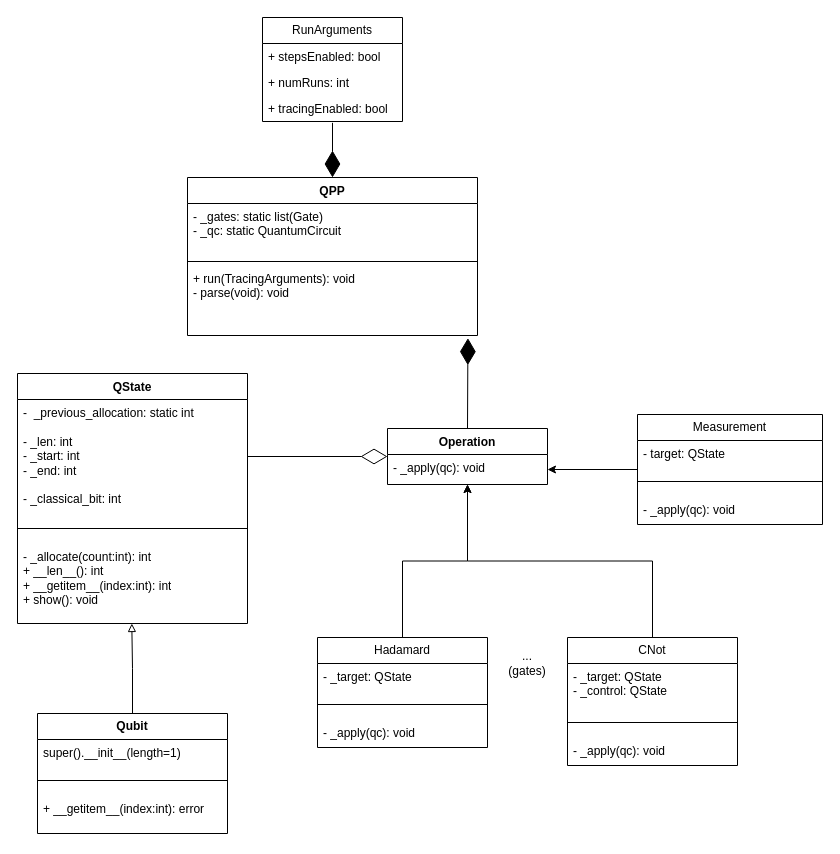
Before: uml.drawio in LejoLevan/qleap, a draw.io diagram. Source tidied: cells renumbered, new cells numbered last; positions are measured from the earlier drawing's top-left corner, leaving out a move shared by most shapes. Both pictures are drawn from the tidied source at 100%, with x=0, y=0 at pixel (17, 17).
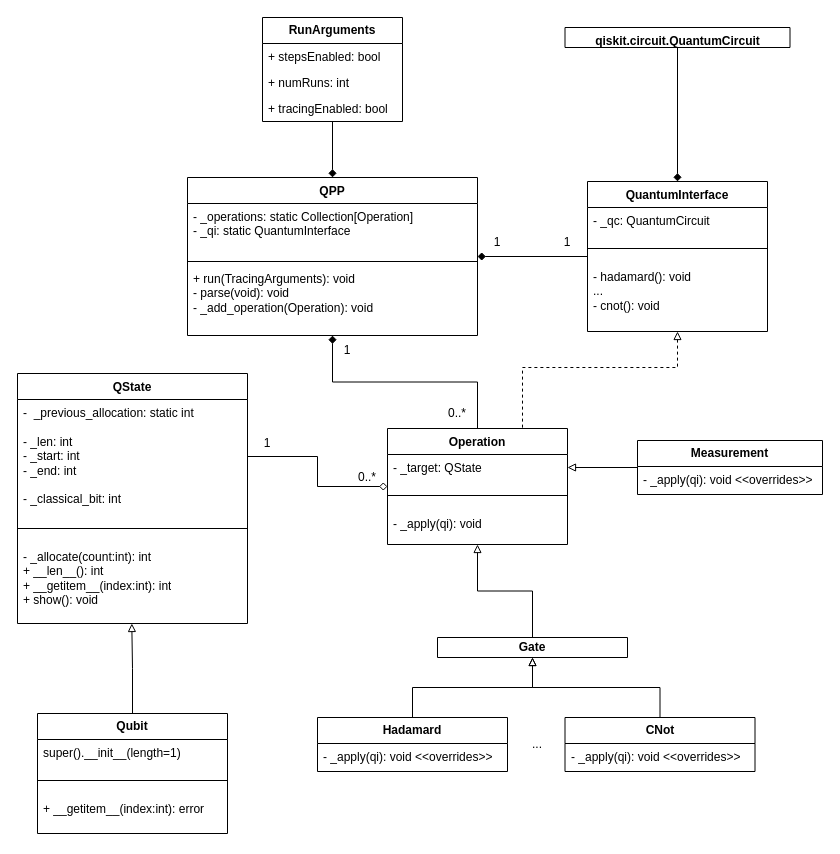
After the change.

Commit message (it also covers changes not shown here):
refer to UML for new implementations

Unchanged cells that the change refers to:
```xml
<mxCell id="3" value="-&amp;nbsp; _previous_allocation: static int&lt;div&gt;&lt;br&gt;&lt;/div&gt;&lt;div&gt;- _len: int&lt;div&gt;- _start: int&lt;/div&gt;&lt;/div&gt;&lt;div&gt;- _end: int&lt;/div&gt;&lt;div&gt;&lt;br&gt;&lt;/div&gt;&lt;div&gt;- _classical_bit: int&lt;/div&gt;" style="text;strokeColor=none;fillColor=none;align=left;verticalAlign=top;spacingLeft=4;spacingRight=4;overflow=hidden;points=[[0,0.5],[1,0.5]];portConstraint=eastwest;whiteSpace=wrap;html=1;" parent="2" vertex="1">
  <mxGeometry y="26" width="230" height="114" as="geometry" />
</mxCell>
<mxCell id="14" value="QPP" style="swimlane;fontStyle=1;align=center;verticalAlign=top;horizontal=1;startSize=26;whiteSpace=wrap;html=1;" parent="1" vertex="1">
  <mxGeometry x="170" y="160" width="290" height="158" as="geometry" />
</mxCell>
<mxCell id="33" value="+ tracingEnabled: bool" style="text;strokeColor=none;fillColor=none;align=left;verticalAlign=top;spacingLeft=4;spacingRight=4;overflow=hidden;points=[[0,0.5],[1,0.5]];portConstraint=eastwest;whiteSpace=wrap;html=1;" parent="30" vertex="1">
  <mxGeometry y="78" width="140" height="26" as="geometry" />
</mxCell>
```

What changed in the source:
```diff
@@
+    <mxCell id="40" style="edgeStyle=orthogonalEdgeStyle;rounded=0;jettySize=auto;html=1;entryX=0.5;entryY=0;entryDx=0;entryDy=0;startArrow=block;startFill=0;endArrow=none;endFill=0;" parent="1" edge="1" source="6" target="54">
+      <mxGeometry relative="1" as="geometry" />
+    </mxCell>
     <mxCell id="6" value="Operation" style="swimlane;fontStyle=1;align=center;verticalAlign=top;horizontal=1;startSize=26;whiteSpace=wrap;html=1;" parent="1" vertex="1">
-      <mxGeometry x="370" y="411" width="160" height="56" as="geometry" />
+      <mxGeometry x="370" y="411" width="180" height="116" as="geometry" />
     </mxCell>
+    <mxCell id="21" value="- _target: QState" style="text;strokeColor=none;fillColor=none;align=left;verticalAlign=top;spacingLeft=4;spacingRight=4;overflow=hidden;points=[[0,0.5],[1,0.5]];portConstraint=eastwest;whiteSpace=wrap;html=1;" parent="6" vertex="1">
+      <mxGeometry y="26" width="180" height="26" as="geometry" />
+    </mxCell>
+    <mxCell id="41" style="line;strokeWidth=1;fillColor=none;align=left;verticalAlign=middle;spacingTop=-1;spacingLeft=3;spacingRight=3;labelPosition=right;strokeColor=inherit;" parent="6" vertex="1">
+      <mxGeometry y="52" width="180" height="30" as="geometry" />
+    </mxCell>
-    <mxCell id="7" value="- _apply(qc): void" style="text;strokeColor=none;fillColor=none;align=left;verticalAlign=top;spacingLeft=4;spacingRight=4;overflow=hidden;points=[[0,0.5],[1,0.5]];portConstraint=eastwest;whiteSpace=wrap;html=1;" parent="6" vertex="1">
-      <mxGeometry y="26" width="160" height="30" as="geometry" />
+    <mxCell id="7" value="- _apply(qi): void" style="text;strokeColor=none;fillColor=none;align=left;verticalAlign=top;spacingLeft=4;spacingRight=4;overflow=hidden;points=[[0,0.5],[1,0.5]];portConstraint=eastwest;whiteSpace=wrap;html=1;" parent="6" vertex="1">
+      <mxGeometry y="82" width="180" height="34" as="geometry" />
     </mxCell>
@@
-    <mxCell id="13" style="endArrow=diamondThin;endFill=0;endSize=24;html=1;rounded=0;exitX=1;exitY=0.5;exitDx=0;exitDy=0;entryX=0;entryY=0.5;entryDx=0;entryDy=0;" parent="1" edge="1" source="3" target="6">
-      <mxGeometry relative="1" as="geometry" />
-    </mxCell>
+    <mxCell id="42" style="edgeStyle=orthogonalEdgeStyle;rounded=0;jettySize=auto;html=1;entryX=0.5;entryY=0;entryDx=0;entryDy=0;endArrow=none;endFill=0;startArrow=diamond;startFill=1;" parent="1" edge="1" source="14" target="6">
+      <mxGeometry relative="1" as="geometry" />
+    </mxCell>
+    <mxCell id="43" style="edgeStyle=orthogonalEdgeStyle;rounded=0;jettySize=auto;html=1;entryX=0;entryY=0.5;entryDx=0;entryDy=0;startArrow=diamond;startFill=1;endArrow=none;endFill=0;" parent="1" edge="1" source="14" target="46">
+      <mxGeometry relative="1" as="geometry" />
+    </mxCell>
@@
-    <mxCell id="15" value="- _gates: static list(Gate)&lt;div&gt;- _qc: static QuantumCircuit&lt;/div&gt;" style="text;strokeColor=none;fillColor=none;align=left;verticalAlign=top;spacingLeft=4;spacingRight=4;overflow=hidden;whiteSpace=wrap;html=1;" parent="14" vertex="1">
+    <mxCell id="15" value="- _operations: static Collection[Operation]&lt;div&gt;- _qi: static QuantumInterface&lt;/div&gt;" style="text;strokeColor=none;fillColor=none;align=left;verticalAlign=top;spacingLeft=4;spacingRight=4;overflow=hidden;whiteSpace=wrap;html=1;" parent="14" vertex="1">
       <mxGeometry y="26" width="290" height="54" as="geometry" />
     </mxCell>
@@
-    <mxCell id="17" value="+ run(TracingArguments): void&lt;div&gt;- parse(void): void&lt;/div&gt;" style="text;strokeColor=none;fillColor=none;align=left;verticalAlign=top;spacingLeft=4;spacingRight=4;overflow=hidden;points=[[0,0.5],[1,0.5]];portConstraint=eastwest;whiteSpace=wrap;html=1;" parent="14" vertex="1">
+    <mxCell id="17" value="+ run(TracingArguments): void&lt;div&gt;- parse(void): void&lt;/div&gt;&lt;div&gt;-&amp;nbsp;_add_operation(Operation): void&lt;/div&gt;" style="text;strokeColor=none;fillColor=none;align=left;verticalAlign=top;spacingLeft=4;spacingRight=4;overflow=hidden;points=[[0,0.5],[1,0.5]];portConstraint=eastwest;whiteSpace=wrap;html=1;" parent="14" vertex="1">
       <mxGeometry y="88" width="290" height="70" as="geometry" />
     </mxCell>
-    <mxCell id="18" style="endArrow=diamondThin;endFill=1;endSize=24;html=1;rounded=0;exitX=0.5;exitY=0;exitDx=0;exitDy=0;entryX=0.967;entryY=1.038;entryDx=0;entryDy=0;entryPerimeter=0;" parent="1" edge="1" source="6" target="17">
-      <mxGeometry relative="1" as="geometry" />
-    </mxCell>
-    <mxCell id="19" style="edgeStyle=orthogonalEdgeStyle;rounded=0;jettySize=auto;html=1;" parent="1" edge="1" source="20" target="6">
-      <mxGeometry relative="1" as="geometry" />
-    </mxCell>
-    <mxCell id="20" value="Hadamard" style="swimlane;fontStyle=0;horizontal=1;startSize=26;fillColor=none;whiteSpace=wrap;html=1;" parent="1" vertex="1">
-      <mxGeometry x="300" y="620" width="170" height="110" as="geometry" />
-    </mxCell>
-    <mxCell id="21" value="- _target: QState" style="text;strokeColor=none;fillColor=none;align=left;verticalAlign=top;spacingLeft=4;spacingRight=4;overflow=hidden;points=[[0,0.5],[1,0.5]];portConstraint=eastwest;whiteSpace=wrap;html=1;" parent="20" vertex="1">
-      <mxGeometry y="26" width="170" height="26" as="geometry" />
-    </mxCell>
-    <mxCell id="22" style="line;strokeWidth=1;fillColor=none;align=left;verticalAlign=middle;spacingTop=-1;spacingLeft=3;spacingRight=3;labelPosition=right;strokeColor=inherit;" parent="20" vertex="1">
-      <mxGeometry y="52" width="170" height="30" as="geometry" />
-    </mxCell>
-    <mxCell id="23" value="- _apply(qc): void" style="text;strokeColor=none;fillColor=none;align=left;verticalAlign=top;spacingLeft=4;spacingRight=4;overflow=hidden;whiteSpace=wrap;html=1;" parent="20" vertex="1">
-      <mxGeometry y="82" width="170" height="28" as="geometry" />
-    </mxCell>
-    <mxCell id="24" style="edgeStyle=orthogonalEdgeStyle;rounded=0;jettySize=auto;html=1;exitX=0.5;exitY=0;exitDx=0;exitDy=0;" parent="1" edge="1" source="25" target="6">
-      <mxGeometry relative="1" as="geometry" />
-    </mxCell>
-    <mxCell id="25" value="CNot" style="swimlane;fontStyle=0;horizontal=1;startSize=26;fillColor=none;whiteSpace=wrap;html=1;" parent="1" vertex="1">
-      <mxGeometry x="550" y="620" width="170" height="128" as="geometry" />
+    <mxCell id="25" value="&lt;b&gt;CNot&lt;/b&gt;" style="swimlane;fontStyle=0;horizontal=1;startSize=26;fillColor=none;whiteSpace=wrap;html=1;" parent="1" vertex="1">
+      <mxGeometry x="547.5" y="700" width="190" height="54" as="geometry" />
     </mxCell>
-    <mxCell id="26" value="- _target: QState&lt;div&gt;- _control: QState&lt;/div&gt;" style="text;strokeColor=none;fillColor=none;align=left;verticalAlign=top;spacingLeft=4;spacingRight=4;overflow=hidden;whiteSpace=wrap;html=1;" parent="25" vertex="1">
-      <mxGeometry y="26" width="170" height="44" as="geometry" />
-    </mxCell>
-    <mxCell id="27" style="line;strokeWidth=1;fillColor=none;align=left;verticalAlign=middle;spacingTop=-1;spacingLeft=3;spacingRight=3;labelPosition=right;strokeColor=inherit;" parent="25" vertex="1">
-      <mxGeometry y="70" width="170" height="30" as="geometry" />
-    </mxCell>
-    <mxCell id="28" value="- _apply(qc): void" style="text;strokeColor=none;fillColor=none;align=left;verticalAlign=top;spacingLeft=4;spacingRight=4;overflow=hidden;whiteSpace=wrap;html=1;" parent="25" vertex="1">
-      <mxGeometry y="100" width="170" height="28" as="geometry" />
+    <mxCell id="28" value="- _apply(qi): void &amp;lt;&amp;lt;overrides&amp;gt;&amp;gt;" style="text;strokeColor=none;fillColor=none;align=left;verticalAlign=top;spacingLeft=4;spacingRight=4;overflow=hidden;whiteSpace=wrap;html=1;" parent="25" vertex="1">
+      <mxGeometry y="26" width="190" height="28" as="geometry" />
     </mxCell>
-    <mxCell id="29" value="...&lt;div&gt;(gates)&lt;/div&gt;" style="text;html=1;whiteSpace=wrap;strokeColor=none;fillColor=none;align=center;verticalAlign=middle;rounded=0;" parent="1" vertex="1">
-      <mxGeometry x="480" y="631" width="60" height="30" as="geometry" />
-    </mxCell>
+    <mxCell id="44" style="edgeStyle=orthogonalEdgeStyle;rounded=0;jettySize=auto;html=1;entryX=0.5;entryY=0;entryDx=0;entryDy=0;endArrow=diamond;endFill=1;" parent="1" edge="1" source="30" target="14">
+      <mxGeometry relative="1" as="geometry" />
+    </mxCell>
-    <mxCell id="30" value="RunArguments" style="swimlane;fontStyle=0;horizontal=1;startSize=26;fillColor=none;whiteSpace=wrap;html=1;" parent="1" vertex="1">
+    <mxCell id="30" value="&lt;b&gt;RunArguments&lt;/b&gt;" style="swimlane;fontStyle=0;horizontal=1;startSize=26;fillColor=none;whiteSpace=wrap;html=1;" parent="1" vertex="1">
       <mxGeometry x="245" width="140" height="104" as="geometry" />
     </mxCell>
@@
-    <mxCell id="34" style="endArrow=diamondThin;endFill=1;endSize=24;html=1;rounded=0;entryX=0.5;entryY=0;entryDx=0;entryDy=0;exitX=0.5;exitY=1.051;exitDx=0;exitDy=0;exitPerimeter=0;" parent="1" edge="1" source="33" target="14">
-      <mxGeometry relative="1" as="geometry" />
-    </mxCell>
-    <mxCell id="35" style="edgeStyle=orthogonalEdgeStyle;rounded=0;jettySize=auto;html=1;entryX=1;entryY=0.5;entryDx=0;entryDy=0;" parent="1" edge="1" source="36" target="7">
+    <mxCell id="35" style="edgeStyle=orthogonalEdgeStyle;rounded=0;jettySize=auto;html=1;entryX=1;entryY=0.5;entryDx=0;entryDy=0;endArrow=block;endFill=0;" parent="1" edge="1" source="36" target="21">
       <mxGeometry relative="1" as="geometry" />
     </mxCell>
-    <mxCell id="36" value="Measurement" style="swimlane;fontStyle=0;horizontal=1;startSize=26;fillColor=none;whiteSpace=wrap;html=1;" parent="1" vertex="1">
-      <mxGeometry x="620" y="397" width="185" height="110" as="geometry" />
+    <mxCell id="36" value="&lt;b&gt;Measurement&lt;/b&gt;" style="swimlane;fontStyle=0;horizontal=1;startSize=26;fillColor=none;whiteSpace=wrap;html=1;" parent="1" vertex="1">
+      <mxGeometry x="620" y="423" width="185" height="54" as="geometry" />
     </mxCell>
-    <mxCell id="37" value="- target: QState" style="text;strokeColor=none;fillColor=none;align=left;verticalAlign=top;spacingLeft=4;spacingRight=4;overflow=hidden;whiteSpace=wrap;html=1;" parent="36" vertex="1">
-      <mxGeometry y="26" width="185" height="26" as="geometry" />
-    </mxCell>
-    <mxCell id="38" style="line;strokeWidth=1;fillColor=none;align=left;verticalAlign=middle;spacingTop=-1;spacingLeft=3;spacingRight=3;labelPosition=right;strokeColor=inherit;" parent="36" vertex="1">
-      <mxGeometry y="52" width="185" height="30" as="geometry" />
-    </mxCell>
-    <mxCell id="39" value="- _apply(qc): void" style="text;strokeColor=none;fillColor=none;align=left;verticalAlign=top;spacingLeft=4;spacingRight=4;overflow=hidden;whiteSpace=wrap;html=1;" parent="36" vertex="1">
-      <mxGeometry y="82" width="185" height="28" as="geometry" />
+    <mxCell id="39" value="- _apply(qi): void &amp;lt;&amp;lt;overrides&amp;gt;&amp;gt;" style="text;strokeColor=none;fillColor=none;align=left;verticalAlign=top;spacingLeft=4;spacingRight=4;overflow=hidden;whiteSpace=wrap;html=1;" parent="36" vertex="1">
+      <mxGeometry y="26" width="185" height="28" as="geometry" />
     </mxCell>
+    <mxCell id="45" style="edgeStyle=orthogonalEdgeStyle;rounded=0;jettySize=auto;html=1;entryX=0.75;entryY=0;entryDx=0;entryDy=0;startArrow=block;startFill=0;endArrow=none;endFill=0;dashed=1;" parent="1" edge="1" source="46" target="6">
+      <mxGeometry relative="1" as="geometry">
+        <Array as="points">
+          <mxPoint x="660" y="350" />
+          <mxPoint x="505" y="350" />
+        </Array>
+      </mxGeometry>
+    </mxCell>
+    <mxCell id="46" value="QuantumInterface" style="swimlane;fontStyle=1;align=center;verticalAlign=top;horizontal=1;startSize=26;whiteSpace=wrap;html=1;" parent="1" vertex="1">
+      <mxGeometry x="570" y="164" width="180" height="150" as="geometry" />
+    </mxCell>
+    <mxCell id="47" value="- _qc: QuantumCircuit" style="text;strokeColor=none;fillColor=none;align=left;verticalAlign=top;spacingLeft=4;spacingRight=4;overflow=hidden;whiteSpace=wrap;html=1;" parent="46" vertex="1">
+      <mxGeometry y="26" width="180" height="26" as="geometry" />
+    </mxCell>
+    <mxCell id="48" style="line;strokeWidth=1;fillColor=none;align=left;verticalAlign=middle;spacingTop=-1;spacingLeft=3;spacingRight=3;labelPosition=right;strokeColor=inherit;" parent="46" vertex="1">
+      <mxGeometry y="52" width="180" height="30" as="geometry" />
+    </mxCell>
+    <mxCell id="49" value="- hadamard(): void&lt;div&gt;...&lt;/div&gt;&lt;div&gt;- cnot(): void&lt;/div&gt;" style="text;strokeColor=none;fillColor=none;align=left;verticalAlign=top;spacingLeft=4;spacingRight=4;overflow=hidden;whiteSpace=wrap;html=1;" parent="46" vertex="1">
+      <mxGeometry y="82" width="180" height="68" as="geometry" />
+    </mxCell>
+    <mxCell id="50" style="edgeStyle=orthogonalEdgeStyle;rounded=0;jettySize=auto;html=1;entryX=0.5;entryY=0;entryDx=0;entryDy=0;endArrow=diamond;endFill=1;" parent="1" edge="1" source="51" target="46">
+      <mxGeometry relative="1" as="geometry" />
+    </mxCell>
+    <mxCell id="51" value="qiskit.circuit.QuantumCircuit" style="swimlane;fontStyle=1;align=center;verticalAlign=top;horizontal=1;startSize=26;whiteSpace=wrap;html=1;" parent="1" vertex="1">
+      <mxGeometry x="547.5" y="10" width="225" height="20" as="geometry" />
+    </mxCell>
+    <mxCell id="13" style="edgeStyle=orthogonalEdgeStyle;rounded=0;jettySize=auto;html=1;entryX=0;entryY=0.5;entryDx=0;entryDy=0;endArrow=diamond;endFill=0;" parent="1" edge="1" source="3" target="6">
+      <mxGeometry relative="1" as="geometry" />
+    </mxCell>
+    <mxCell id="52" style="edgeStyle=orthogonalEdgeStyle;rounded=0;jettySize=auto;html=1;entryX=0.5;entryY=0;entryDx=0;entryDy=0;startArrow=block;startFill=0;endArrow=none;endFill=0;" parent="1" edge="1" source="54" target="20">
+      <mxGeometry relative="1" as="geometry" />
+    </mxCell>
+    <mxCell id="53" style="edgeStyle=orthogonalEdgeStyle;rounded=0;jettySize=auto;html=1;entryX=0.5;entryY=0;entryDx=0;entryDy=0;startArrow=block;startFill=0;endArrow=none;endFill=0;" parent="1" edge="1" source="54" target="25">
+      <mxGeometry relative="1" as="geometry" />
+    </mxCell>
+    <mxCell id="54" value="&lt;b&gt;Gate&lt;/b&gt;" style="swimlane;fontStyle=0;horizontal=1;startSize=26;fillColor=none;whiteSpace=wrap;html=1;" parent="1" vertex="1">
+      <mxGeometry x="420" y="620" width="190" height="20" as="geometry" />
+    </mxCell>
+    <mxCell id="20" value="&lt;b&gt;Hadamard&lt;/b&gt;" style="swimlane;fontStyle=0;horizontal=1;startSize=26;fillColor=none;whiteSpace=wrap;html=1;" parent="1" vertex="1">
+      <mxGeometry x="300" y="700" width="190" height="54" as="geometry" />
+    </mxCell>
+    <mxCell id="55" value="- _apply(qi): void &amp;lt;&amp;lt;overrides&amp;gt;&amp;gt;" style="text;strokeColor=none;fillColor=none;align=left;verticalAlign=top;spacingLeft=4;spacingRight=4;overflow=hidden;whiteSpace=wrap;html=1;" parent="20" vertex="1">
+      <mxGeometry y="26" width="190" height="28" as="geometry" />
+    </mxCell>
+    <mxCell id="56" value="..." style="text;html=1;whiteSpace=wrap;strokeColor=none;fillColor=none;align=center;verticalAlign=middle;rounded=0;" parent="1" vertex="1">
+      <mxGeometry x="490" y="712" width="60" height="30" as="geometry" />
+    </mxCell>
+    <mxCell id="57" value="1" style="text;html=1;whiteSpace=wrap;strokeColor=none;fillColor=none;align=center;verticalAlign=middle;rounded=0;" parent="1" vertex="1">
+      <mxGeometry x="220" y="411" width="60" height="30" as="geometry" />
+    </mxCell>
+    <mxCell id="58" value="0..*" style="text;html=1;whiteSpace=wrap;strokeColor=none;fillColor=none;align=center;verticalAlign=middle;rounded=0;" parent="1" vertex="1">
+      <mxGeometry x="320" y="445" width="60" height="30" as="geometry" />
+    </mxCell>
+    <mxCell id="59" value="0..*" style="text;html=1;whiteSpace=wrap;strokeColor=none;fillColor=none;align=center;verticalAlign=middle;rounded=0;" parent="1" vertex="1">
+      <mxGeometry x="410" y="381" width="60" height="30" as="geometry" />
+    </mxCell>
+    <mxCell id="60" value="1" style="text;html=1;whiteSpace=wrap;strokeColor=none;fillColor=none;align=center;verticalAlign=middle;rounded=0;" parent="1" vertex="1">
+      <mxGeometry x="300" y="318" width="60" height="30" as="geometry" />
+    </mxCell>
+    <mxCell id="61" value="1" style="text;html=1;whiteSpace=wrap;strokeColor=none;fillColor=none;align=center;verticalAlign=middle;rounded=0;" parent="1" vertex="1">
+      <mxGeometry x="450" y="210" width="60" height="30" as="geometry" />
+    </mxCell>
+    <mxCell id="62" value="1" style="text;html=1;whiteSpace=wrap;strokeColor=none;fillColor=none;align=center;verticalAlign=middle;rounded=0;" parent="1" vertex="1">
+      <mxGeometry x="520" y="210" width="60" height="30" as="geometry" />
+    </mxCell>
```
